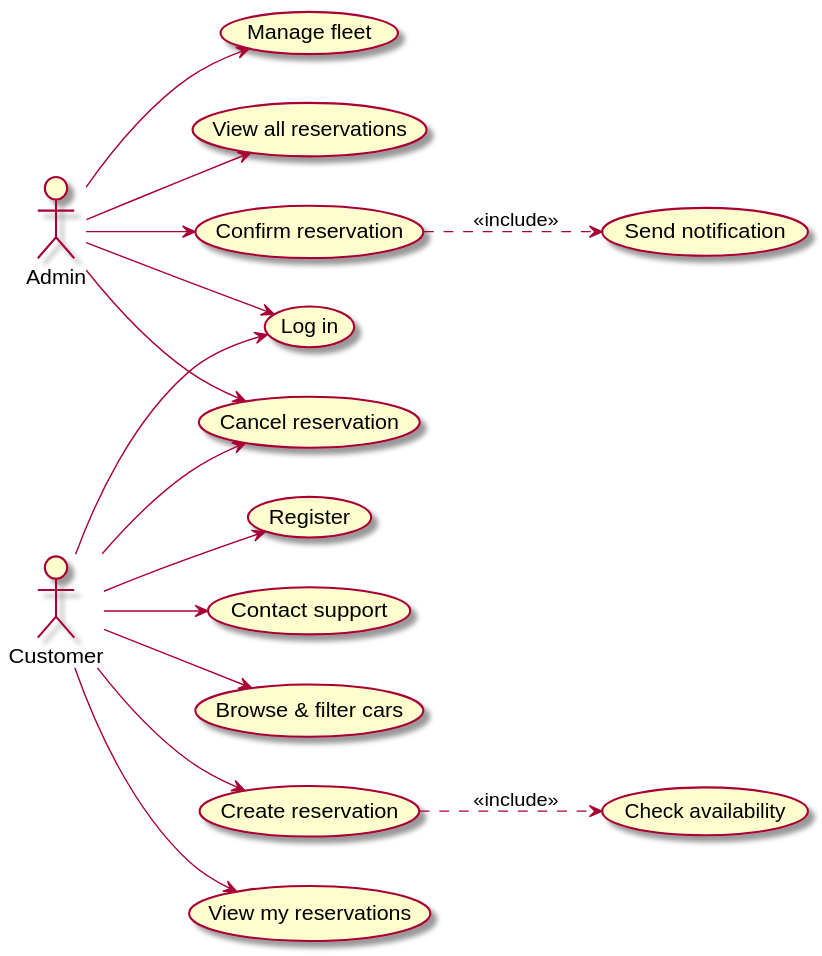
This is docs/diagrams/use-case.svg from DavidMagyarics/CarRentalVSB, a PlantUML export, as it was before one commit.
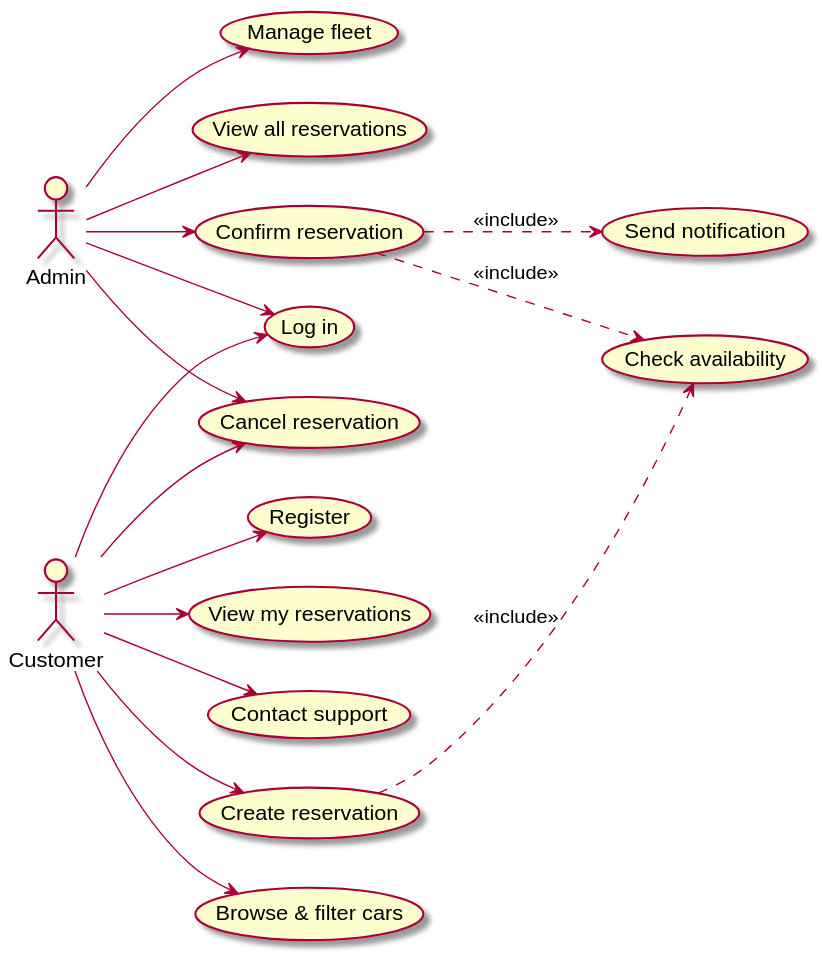
The same file after the commit.

Change to the diagram source:
```diff
@@ -33,5 +33,6 @@
 Admin --> UC10
 
 UC4 ..> UC4a : <<include>>
+UC8 ..> UC4a : <<include>>
 UC8 ..> UC8a : <<include>>
 @enduml
```
